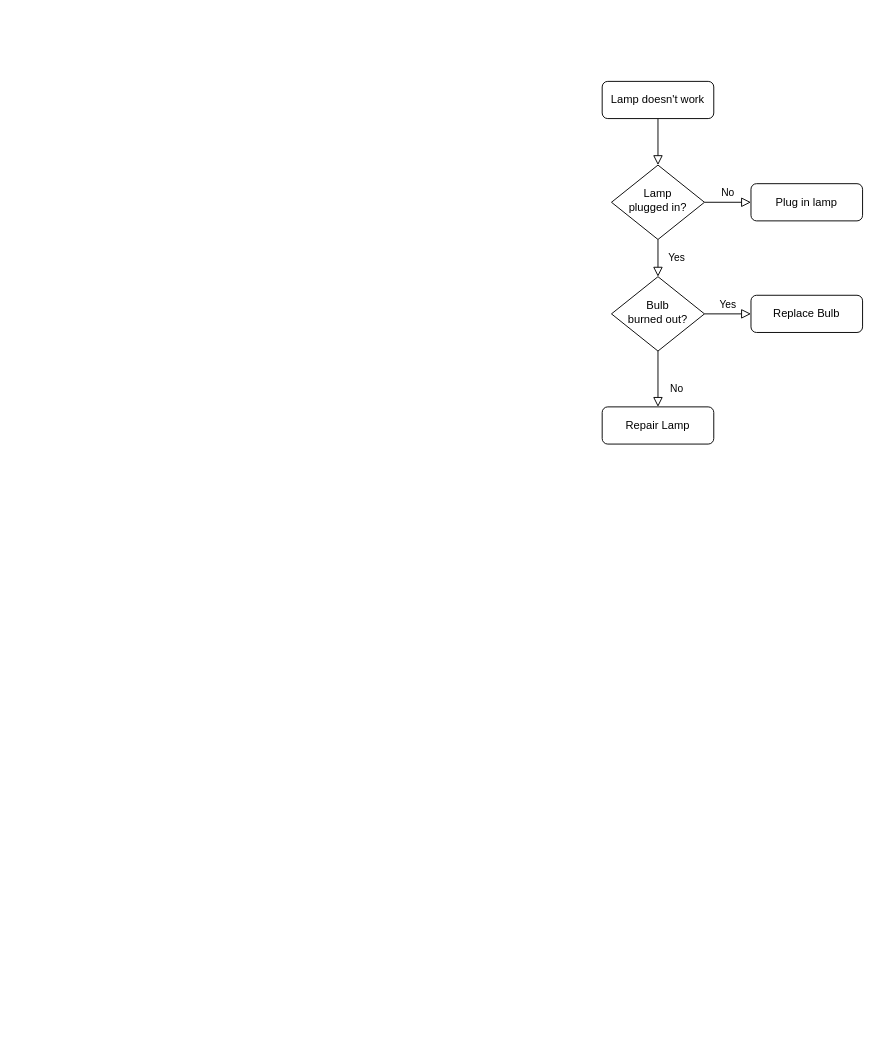
Earlier version of the draw.io diagram FlowChartOfHardware.drawio (datdonguyen99/demoGit). Source tidied: cells renumbered, new cells numbered last; positions are measured from the earlier drawing's top-left corner, leaving out a move shared by most shapes. Both pictures are drawn from the tidied source at 93%, with x=0, y=0 at pixel (602, 81).
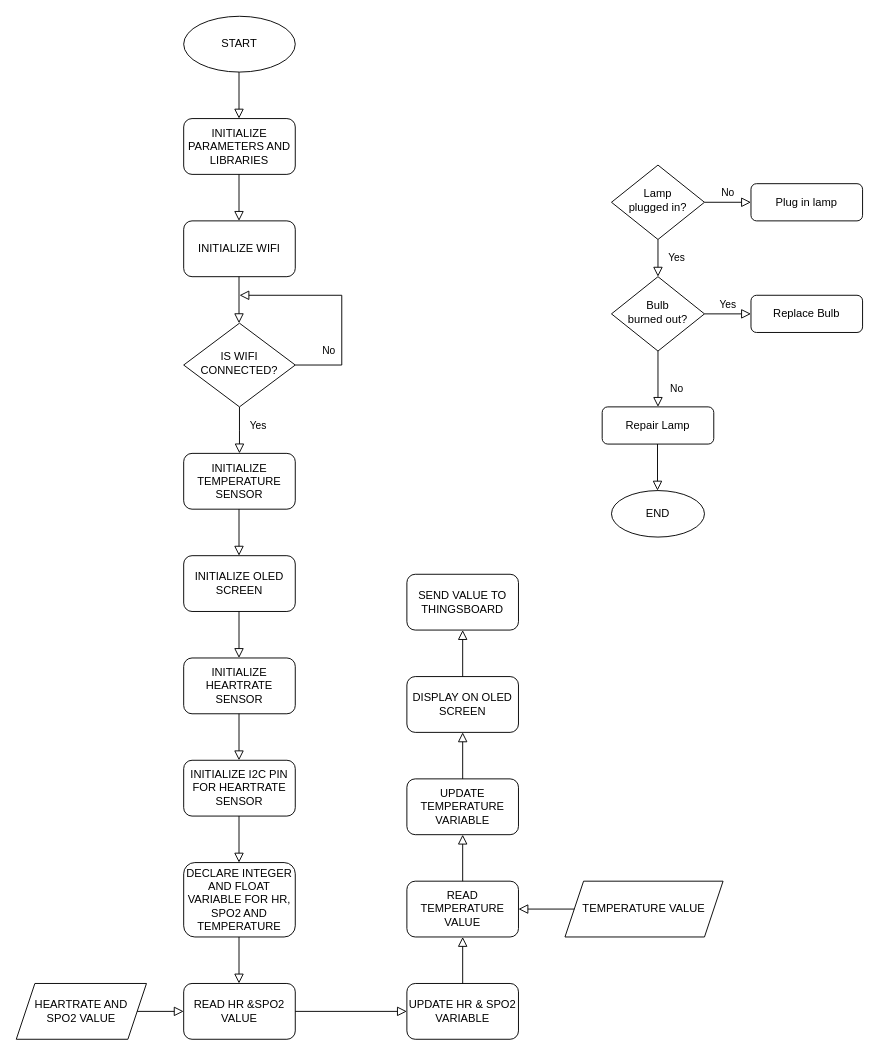
The same page after the edit.

Unchanged cells that the change refers to:
```xml
<mxCell id="6" value="Lamp&lt;br&gt;plugged in?" style="rhombus;whiteSpace=wrap;html=1;shadow=0;fontFamily=Helvetica;fontSize=12;align=center;strokeWidth=1;spacing=6;spacingTop=-4;" parent="1" vertex="1">
  <mxGeometry x="10" y="90" width="100" height="80" as="geometry" />
</mxCell>
```

What changed in the source:
```diff
@@
-    <mxCell id="2" style="rounded=0;html=1;jettySize=auto;fontSize=11;endArrow=block;endFill=0;endSize=8;strokeWidth=1;shadow=0;labelBackgroundColor=none;edgeStyle=orthogonalEdgeStyle;" parent="1" edge="1" source="3" target="6">
-      <mxGeometry relative="1" as="geometry" />
-    </mxCell>
-    <mxCell id="3" value="Lamp doesn't work" style="rounded=1;whiteSpace=wrap;html=1;fontSize=12;glass=0;strokeWidth=1;shadow=0;" parent="1" vertex="1">
-      <mxGeometry width="120" height="40" as="geometry" />
+    <mxCell id="3" value="INITIALIZE PARAMETERS AND LIBRARIES" style="rounded=1;whiteSpace=wrap;html=1;fontSize=12;glass=0;strokeWidth=1;shadow=0;" parent="1" vertex="1">
+      <mxGeometry x="-450" y="40" width="120" height="60" as="geometry" />
     </mxCell>
@@
+    <mxCell id="13" value="START" style="ellipse;whiteSpace=wrap;html=1;" parent="1" vertex="1">
+      <mxGeometry x="-450" y="-70" width="120" height="60" as="geometry" />
+    </mxCell>
+    <mxCell id="14" style="rounded=0;html=1;jettySize=auto;orthogonalLoop=1;fontSize=11;endArrow=block;endFill=0;endSize=8;strokeWidth=1;shadow=0;labelBackgroundColor=none;edgeStyle=orthogonalEdgeStyle;" parent="1" edge="1">
+      <mxGeometry relative="1" as="geometry">
+        <mxPoint x="-390.5" y="-10" as="sourcePoint" />
+        <mxPoint x="-390.5" y="40" as="targetPoint" />
+      </mxGeometry>
+    </mxCell>
+    <mxCell id="15" value="END" style="ellipse;whiteSpace=wrap;html=1;" parent="1" vertex="1">
+      <mxGeometry x="10" y="440" width="100" height="50" as="geometry" />
+    </mxCell>
+    <mxCell id="16" style="rounded=0;html=1;jettySize=auto;orthogonalLoop=1;fontSize=11;endArrow=block;endFill=0;endSize=8;strokeWidth=1;shadow=0;labelBackgroundColor=none;edgeStyle=orthogonalEdgeStyle;" parent="1" edge="1">
+      <mxGeometry relative="1" as="geometry">
+        <mxPoint x="59.5" y="390" as="sourcePoint" />
+        <mxPoint x="59.5" y="440" as="targetPoint" />
+      </mxGeometry>
+    </mxCell>
+    <mxCell id="17" value="INITIALIZE WIFI" style="rounded=1;whiteSpace=wrap;html=1;fontSize=12;glass=0;strokeWidth=1;shadow=0;" parent="1" vertex="1">
+      <mxGeometry x="-450" y="150" width="120" height="60" as="geometry" />
+    </mxCell>
+    <mxCell id="18" style="rounded=0;html=1;jettySize=auto;orthogonalLoop=1;fontSize=11;endArrow=block;endFill=0;endSize=8;strokeWidth=1;shadow=0;labelBackgroundColor=none;edgeStyle=orthogonalEdgeStyle;" parent="1" edge="1">
+      <mxGeometry relative="1" as="geometry">
+        <mxPoint x="-390.5" y="100" as="sourcePoint" />
+        <mxPoint x="-390.5" y="150" as="targetPoint" />
+      </mxGeometry>
+    </mxCell>
+    <mxCell id="19" style="rounded=0;html=1;jettySize=auto;orthogonalLoop=1;fontSize=11;endArrow=block;endFill=0;endSize=8;strokeWidth=1;shadow=0;labelBackgroundColor=none;edgeStyle=orthogonalEdgeStyle;" parent="1" edge="1">
+      <mxGeometry relative="1" as="geometry">
+        <mxPoint x="-390.5" y="210" as="sourcePoint" />
+        <mxPoint x="-390.5" y="260" as="targetPoint" />
+      </mxGeometry>
+    </mxCell>
+    <mxCell id="20" value="Yes" style="rounded=0;html=1;jettySize=auto;fontSize=11;endArrow=block;endFill=0;endSize=8;strokeWidth=1;shadow=0;labelBackgroundColor=none;edgeStyle=orthogonalEdgeStyle;" parent="1" edge="1" source="22">
+      <mxGeometry x="-0.2" y="20" relative="1" as="geometry">
+        <mxPoint x="-390" y="400" as="targetPoint" />
+      </mxGeometry>
+    </mxCell>
+    <mxCell id="21" value="No" style="edgeStyle=orthogonalEdgeStyle;rounded=0;html=1;jettySize=auto;fontSize=11;endArrow=block;endFill=0;endSize=8;strokeWidth=1;shadow=0;labelBackgroundColor=none;" parent="1" edge="1" source="22">
+      <mxGeometry x="-0.69" y="15" relative="1" as="geometry">
+        <mxPoint x="-390" y="230" as="targetPoint" />
+        <Array as="points">
+          <mxPoint x="-280" y="305" />
+        </Array>
+      </mxGeometry>
+    </mxCell>
+    <mxCell id="22" value="IS WIFI CONNECTED?" style="rhombus;whiteSpace=wrap;html=1;shadow=0;fontFamily=Helvetica;fontSize=12;align=center;strokeWidth=1;spacing=6;spacingTop=-4;" parent="1" vertex="1">
+      <mxGeometry x="-450" y="260" width="120" height="90" as="geometry" />
+    </mxCell>
+    <mxCell id="23" value="INITIALIZE TEMPERATURE SENSOR" style="rounded=1;whiteSpace=wrap;html=1;fontSize=12;glass=0;strokeWidth=1;shadow=0;" parent="1" vertex="1">
+      <mxGeometry x="-450" y="400" width="120" height="60" as="geometry" />
+    </mxCell>
+    <mxCell id="24" style="rounded=0;html=1;jettySize=auto;orthogonalLoop=1;fontSize=11;endArrow=block;endFill=0;endSize=8;strokeWidth=1;shadow=0;labelBackgroundColor=none;edgeStyle=orthogonalEdgeStyle;" parent="1" edge="1">
+      <mxGeometry relative="1" as="geometry">
+        <mxPoint x="-390.5" y="460" as="sourcePoint" />
+        <mxPoint x="-390.5" y="510" as="targetPoint" />
+      </mxGeometry>
+    </mxCell>
+    <mxCell id="25" value="INITIALIZE OLED SCREEN" style="rounded=1;whiteSpace=wrap;html=1;fontSize=12;glass=0;strokeWidth=1;shadow=0;" parent="1" vertex="1">
+      <mxGeometry x="-450" y="510" width="120" height="60" as="geometry" />
+    </mxCell>
+    <mxCell id="26" style="rounded=0;html=1;jettySize=auto;orthogonalLoop=1;fontSize=11;endArrow=block;endFill=0;endSize=8;strokeWidth=1;shadow=0;labelBackgroundColor=none;edgeStyle=orthogonalEdgeStyle;" parent="1" edge="1">
+      <mxGeometry relative="1" as="geometry">
+        <mxPoint x="-390.5" y="570" as="sourcePoint" />
+        <mxPoint x="-390.5" y="620" as="targetPoint" />
+      </mxGeometry>
+    </mxCell>
+    <mxCell id="27" value="INITIALIZE HEARTRATE SENSOR" style="rounded=1;whiteSpace=wrap;html=1;fontSize=12;glass=0;strokeWidth=1;shadow=0;" parent="1" vertex="1">
+      <mxGeometry x="-450" y="620" width="120" height="60" as="geometry" />
+    </mxCell>
+    <mxCell id="28" style="rounded=0;html=1;jettySize=auto;orthogonalLoop=1;fontSize=11;endArrow=block;endFill=0;endSize=8;strokeWidth=1;shadow=0;labelBackgroundColor=none;edgeStyle=orthogonalEdgeStyle;" parent="1" edge="1">
+      <mxGeometry relative="1" as="geometry">
+        <mxPoint x="-390.5" y="680" as="sourcePoint" />
+        <mxPoint x="-390.5" y="730" as="targetPoint" />
+      </mxGeometry>
+    </mxCell>
+    <mxCell id="29" value="INITIALIZE I2C PIN FOR HEARTRATE SENSOR" style="rounded=1;whiteSpace=wrap;html=1;fontSize=12;glass=0;strokeWidth=1;shadow=0;" parent="1" vertex="1">
+      <mxGeometry x="-450" y="730" width="120" height="60" as="geometry" />
+    </mxCell>
+    <mxCell id="30" style="rounded=0;html=1;jettySize=auto;orthogonalLoop=1;fontSize=11;endArrow=block;endFill=0;endSize=8;strokeWidth=1;shadow=0;labelBackgroundColor=none;edgeStyle=orthogonalEdgeStyle;" parent="1" edge="1">
+      <mxGeometry relative="1" as="geometry">
+        <mxPoint x="-390.5" y="790" as="sourcePoint" />
+        <mxPoint x="-390.5" y="840" as="targetPoint" />
+      </mxGeometry>
+    </mxCell>
+    <mxCell id="31" value="DECLARE INTEGER AND FLOAT VARIABLE FOR HR, SPO2 AND TEMPERATURE" style="rounded=1;whiteSpace=wrap;html=1;fontSize=12;glass=0;strokeWidth=1;shadow=0;" parent="1" vertex="1">
+      <mxGeometry x="-450" y="840" width="120" height="80" as="geometry" />
+    </mxCell>
+    <mxCell id="32" style="rounded=0;html=1;jettySize=auto;orthogonalLoop=1;fontSize=11;endArrow=block;endFill=0;endSize=8;strokeWidth=1;shadow=0;labelBackgroundColor=none;edgeStyle=orthogonalEdgeStyle;" parent="1" edge="1">
+      <mxGeometry relative="1" as="geometry">
+        <mxPoint x="-390.5" y="920" as="sourcePoint" />
+        <mxPoint x="-390.5" y="970" as="targetPoint" />
+      </mxGeometry>
+    </mxCell>
+    <mxCell id="33" value="READ HR &amp;amp;SPO2 VALUE" style="rounded=1;whiteSpace=wrap;html=1;fontSize=12;glass=0;strokeWidth=1;shadow=0;" parent="1" vertex="1">
+      <mxGeometry x="-450" y="970" width="120" height="60" as="geometry" />
+    </mxCell>
+    <mxCell id="34" style="rounded=0;html=1;jettySize=auto;fontSize=11;endArrow=block;endFill=0;endSize=8;strokeWidth=1;shadow=0;labelBackgroundColor=none;exitX=1;exitY=0.5;exitDx=0;exitDy=0;entryX=0;entryY=0.5;entryDx=0;entryDy=0;" parent="1" edge="1" source="33" target="37">
+      <mxGeometry relative="1" as="geometry" />
+    </mxCell>
+    <mxCell id="35" value="HEARTRATE AND&lt;br&gt;SPO2 VALUE" style="shape=parallelogram;perimeter=parallelogramPerimeter;whiteSpace=wrap;html=1;fixedSize=1;" parent="1" vertex="1">
+      <mxGeometry x="-630" y="970" width="140" height="60" as="geometry" />
+    </mxCell>
+    <mxCell id="36" style="rounded=0;html=1;jettySize=auto;fontSize=11;endArrow=block;endFill=0;endSize=8;strokeWidth=1;shadow=0;labelBackgroundColor=none;exitX=1;exitY=0.5;exitDx=0;exitDy=0;entryX=0;entryY=0.5;entryDx=0;entryDy=0;" parent="1" edge="1" source="35" target="33">
+      <mxGeometry relative="1" as="geometry" />
+    </mxCell>
+    <mxCell id="37" value="UPDATE HR &amp;amp; SPO2 VARIABLE" style="rounded=1;whiteSpace=wrap;html=1;fontSize=12;glass=0;strokeWidth=1;shadow=0;" parent="1" vertex="1">
+      <mxGeometry x="-210" y="970" width="120" height="60" as="geometry" />
+    </mxCell>
+    <mxCell id="38" style="rounded=0;html=1;jettySize=auto;fontSize=11;endArrow=block;endFill=0;endSize=8;strokeWidth=1;shadow=0;labelBackgroundColor=none;exitX=0.5;exitY=0;exitDx=0;exitDy=0;" parent="1" edge="1" source="37">
+      <mxGeometry relative="1" as="geometry">
+        <mxPoint x="-150" y="920" as="targetPoint" />
+      </mxGeometry>
+    </mxCell>
+    <mxCell id="39" value="TEMPERATURE VALUE" style="shape=parallelogram;perimeter=parallelogramPerimeter;whiteSpace=wrap;html=1;fixedSize=1;" parent="1" vertex="1">
+      <mxGeometry x="-40" y="860" width="170" height="60" as="geometry" />
+    </mxCell>
+    <mxCell id="40" value="READ TEMPERATURE VALUE" style="rounded=1;whiteSpace=wrap;html=1;fontSize=12;glass=0;strokeWidth=1;shadow=0;" parent="1" vertex="1">
+      <mxGeometry x="-210" y="860" width="120" height="60" as="geometry" />
+    </mxCell>
+    <mxCell id="41" style="rounded=0;html=1;jettySize=auto;fontSize=11;endArrow=block;endFill=0;endSize=8;strokeWidth=1;shadow=0;labelBackgroundColor=none;entryX=1;entryY=0.5;entryDx=0;entryDy=0;exitX=0;exitY=0.5;exitDx=0;exitDy=0;" parent="1" edge="1" source="39" target="40">
+      <mxGeometry relative="1" as="geometry" />
+    </mxCell>
+    <mxCell id="42" style="rounded=0;html=1;jettySize=auto;orthogonalLoop=1;fontSize=11;endArrow=block;endFill=0;endSize=8;strokeWidth=1;shadow=0;labelBackgroundColor=none;exitX=0.5;exitY=0;exitDx=0;exitDy=0;" parent="1" edge="1">
+      <mxGeometry relative="1" as="geometry">
+        <mxPoint x="-150" y="860" as="sourcePoint" />
+        <mxPoint x="-150" y="810" as="targetPoint" />
+      </mxGeometry>
+    </mxCell>
+    <mxCell id="43" value="UPDATE TEMPERATURE VARIABLE" style="rounded=1;whiteSpace=wrap;html=1;fontSize=12;glass=0;strokeWidth=1;shadow=0;" parent="1" vertex="1">
+      <mxGeometry x="-210" y="750" width="120" height="60" as="geometry" />
+    </mxCell>
+    <mxCell id="44" style="rounded=0;html=1;jettySize=auto;orthogonalLoop=1;fontSize=11;endArrow=block;endFill=0;endSize=8;strokeWidth=1;shadow=0;labelBackgroundColor=none;exitX=0.5;exitY=0;exitDx=0;exitDy=0;" parent="1" edge="1">
+      <mxGeometry relative="1" as="geometry">
+        <mxPoint x="-150" y="750" as="sourcePoint" />
+        <mxPoint x="-150" y="700" as="targetPoint" />
+      </mxGeometry>
+    </mxCell>
+    <mxCell id="45" value="DISPLAY ON OLED SCREEN" style="rounded=1;whiteSpace=wrap;html=1;fontSize=12;glass=0;strokeWidth=1;shadow=0;" parent="1" vertex="1">
+      <mxGeometry x="-210" y="640" width="120" height="60" as="geometry" />
+    </mxCell>
+    <mxCell id="46" style="rounded=0;html=1;jettySize=auto;orthogonalLoop=1;fontSize=11;endArrow=block;endFill=0;endSize=8;strokeWidth=1;shadow=0;labelBackgroundColor=none;exitX=0.5;exitY=0;exitDx=0;exitDy=0;" parent="1" edge="1">
+      <mxGeometry relative="1" as="geometry">
+        <mxPoint x="-150" y="640" as="sourcePoint" />
+        <mxPoint x="-150" y="590" as="targetPoint" />
+      </mxGeometry>
+    </mxCell>
+    <mxCell id="47" value="SEND VALUE TO THINGSBOARD" style="rounded=1;whiteSpace=wrap;html=1;fontSize=12;glass=0;strokeWidth=1;shadow=0;" parent="1" vertex="1">
+      <mxGeometry x="-210" y="530" width="120" height="60" as="geometry" />
+    </mxCell>
```
